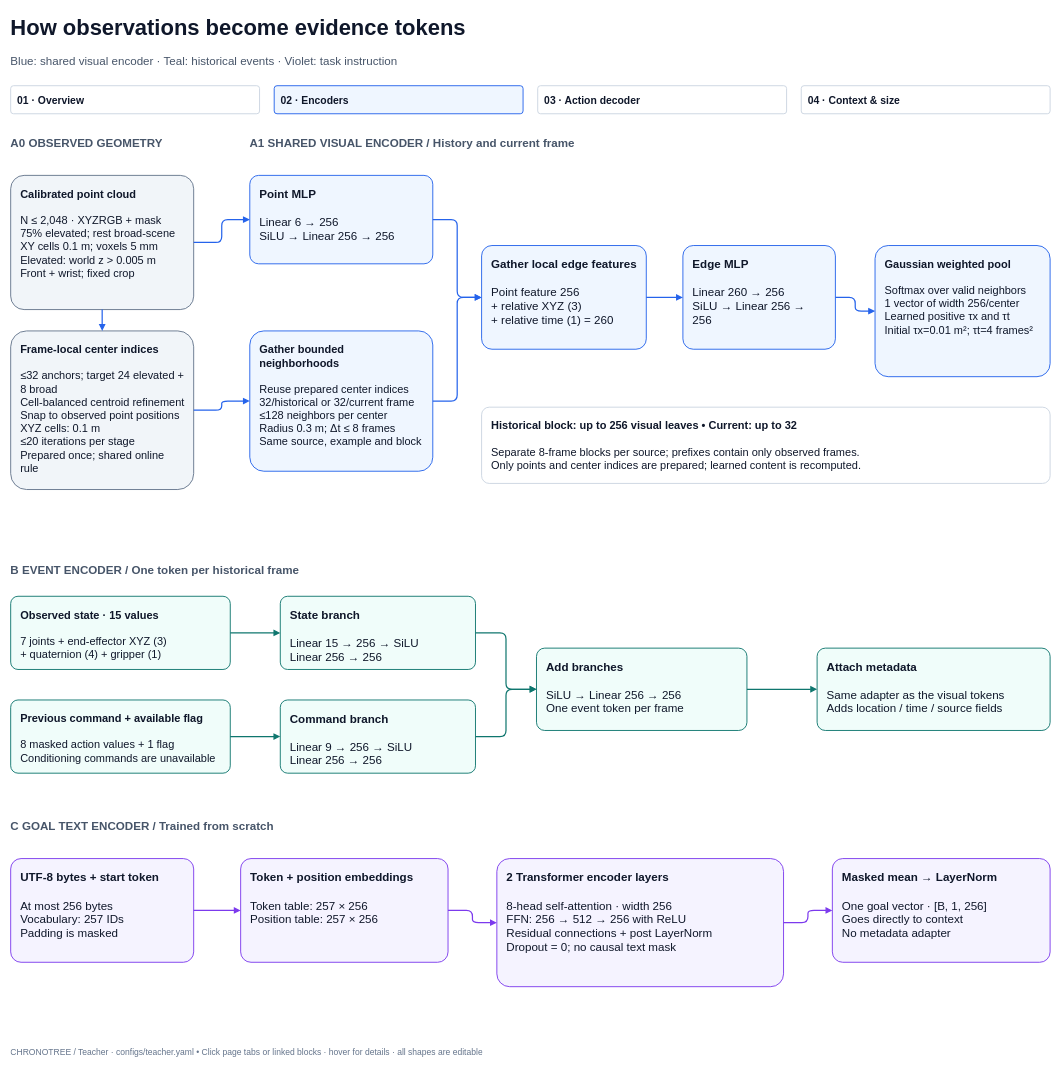
Earlier version of the draw.io diagram page "02 · Encoders" (2 of 4) of docs/diagrams/teacher_architecture.drawio (Ricvalp/chronotree). Source tidied: cells renumbered, new cells numbered last; positions are measured from the earlier drawing's top-left corner, leaving out a move shared by most shapes. Both pictures are drawn from the tidied source at 61%, with x=0, y=0 at pixel (10, 10).
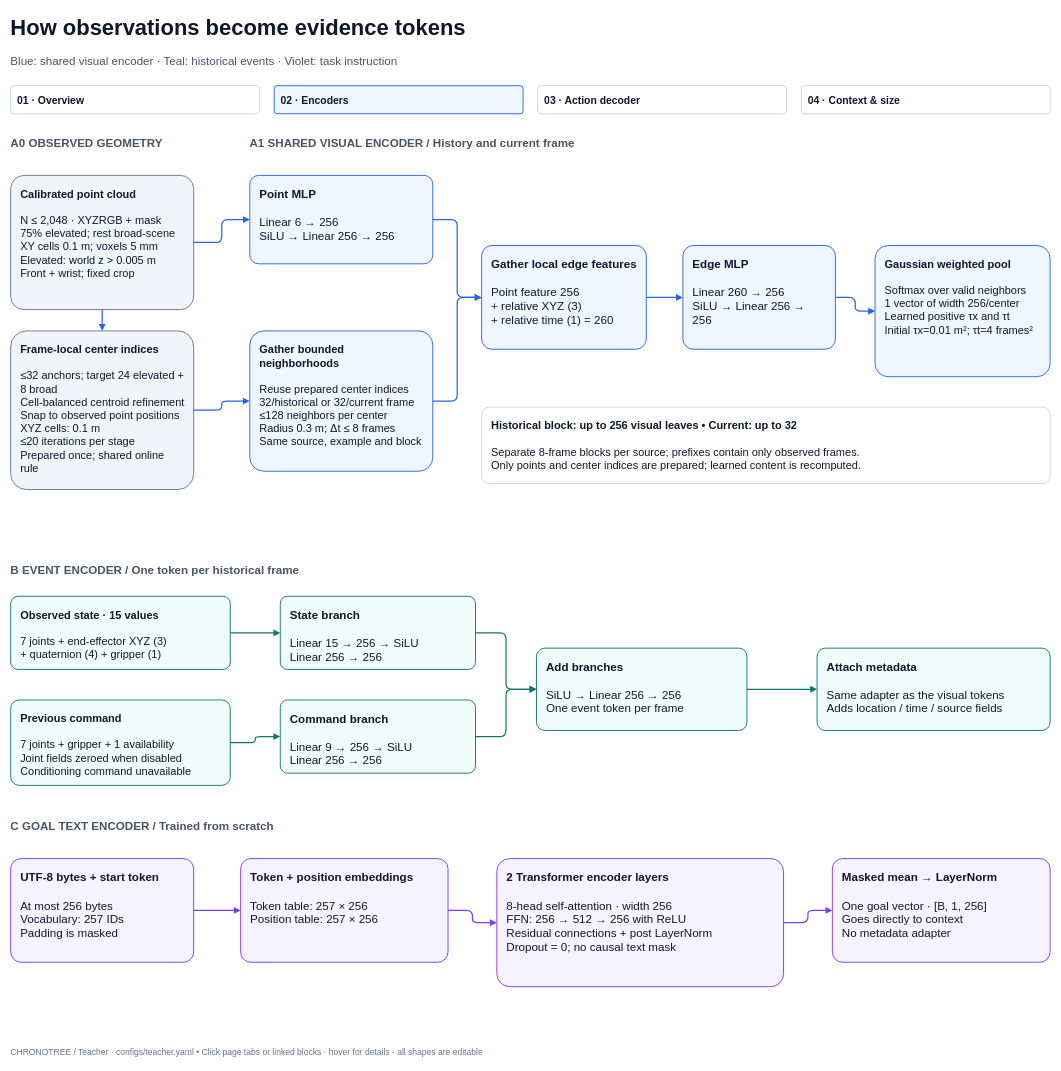
The same diagram, later.

Diff of the diagram source:
```diff
@@
-    <mxCell id="29" value="&lt;b&gt;Previous command + available flag&lt;/b&gt;&lt;br&gt;&lt;br&gt;8 masked action values + 1 flag&lt;br&gt;Conditioning commands are unavailable" style="rounded=1;arcSize=10;whiteSpace=wrap;html=1;fillColor=#F0FDFA;strokeColor=#0F766E;strokeWidth=1.5;align=left;verticalAlign=top;spacing=16;fontFamily=Arial;fontSize=18;fontColor=#0F172A;shadow=0;" parent="1" vertex="1">
-      <mxGeometry y="1130" width="360" height="120" as="geometry" />
+    <mxCell id="29" value="&lt;b&gt;Previous command&lt;/b&gt;&lt;br&gt;&lt;br&gt;7 joints + gripper + 1 availability&lt;br&gt;Joint fields zeroed when disabled&lt;br&gt;Conditioning command unavailable" style="rounded=1;arcSize=10;whiteSpace=wrap;html=1;fillColor=#F0FDFA;strokeColor=#0F766E;strokeWidth=1.5;align=left;verticalAlign=top;spacing=16;fontFamily=Arial;fontSize=18;fontColor=#0F172A;shadow=0;" parent="1" vertex="1">
+      <mxGeometry y="1130" width="360" height="140" as="geometry" />
     </mxCell>
```
